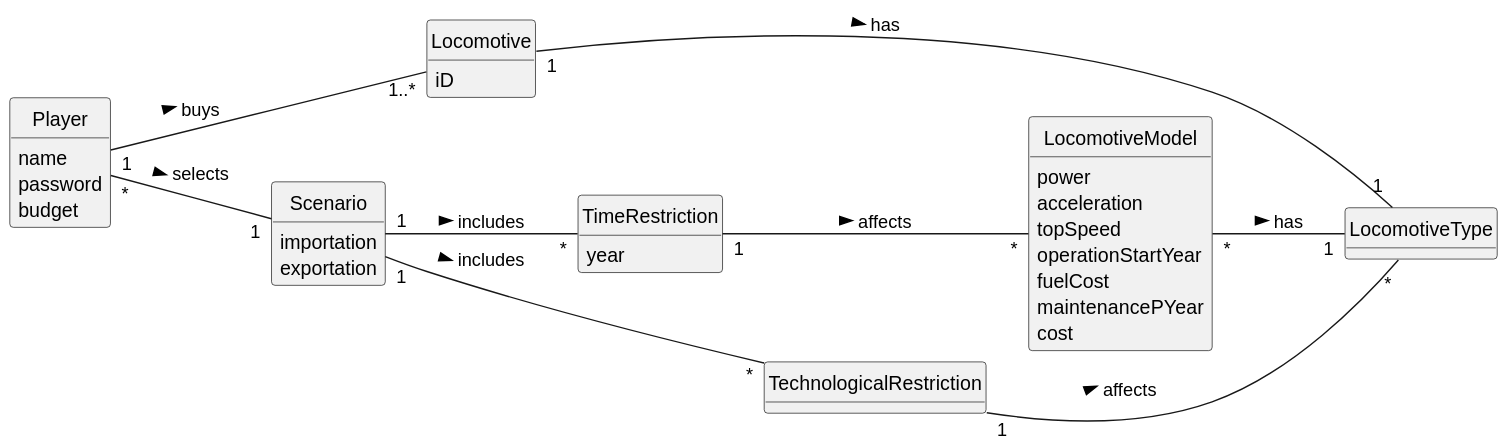
Earlier version of the PlantUML export Sprint3/US009/02.analysis/svg/US009-DM.svg (1240935/pi2-railway-simulator). Its diagram source:
```plantuml
@startuml
skinparam monochrome true
skinparam packageStyle rectangle
skinparam shadowing false
skinparam classAttributeIconSize 0
hide circle
hide methods

left to right direction

class Locomotive {
    iD
}

class LocomotiveModel{
    power
    acceleration
    topSpeed
    operationStartYear
    fuelCost
    maintenancePYear
    cost
}

class LocomotiveType{
}

class Player {
    name
    password
    budget
}


class Scenario {
    importation
    exportation
}

class TimeRestriction{
    year
}

class TechnologicalRestriction{
}

Player "*" -- "1" Scenario : selects >
Player "1" -- "1..*" Locomotive: buys  >
Locomotive "1" -- "1" LocomotiveType: has >
Scenario "1" -- "*" TechnologicalRestriction: includes >
Scenario "1" -- "*" TimeRestriction: includes >
TimeRestriction "1" -- "*" LocomotiveModel: affects >
TechnologicalRestriction "1" -- "*" LocomotiveType: affects >
LocomotiveModel "*" -- "1" LocomotiveType: has >
@enduml
```
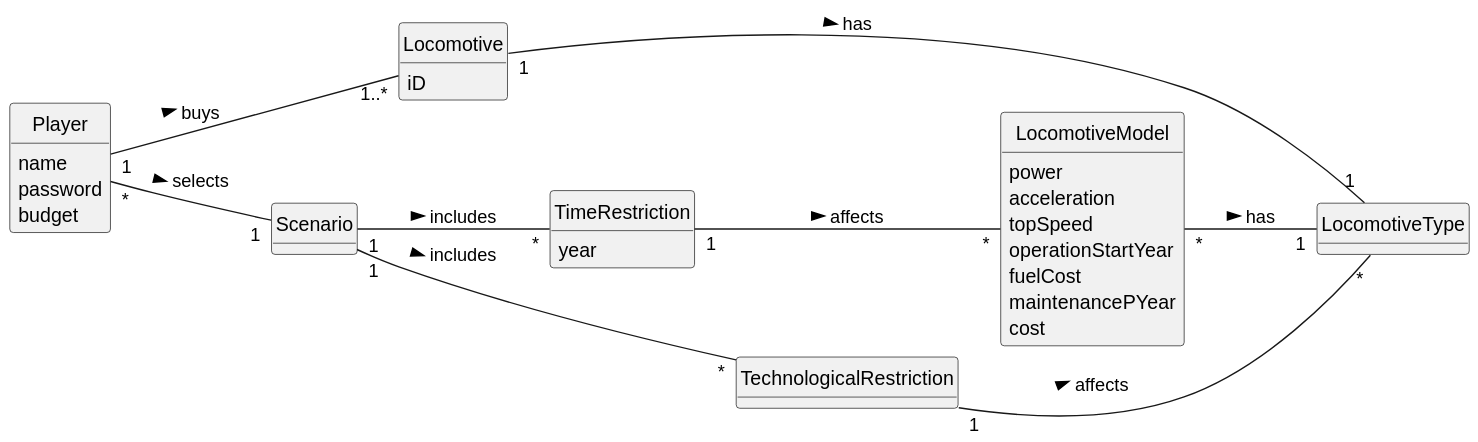
Above is the later version.

What changed in the source:
```diff
@@ -33,8 +33,6 @@
 
 
 class Scenario {
-    importation
-    exportation
 }
 
 class TimeRestriction{
```
